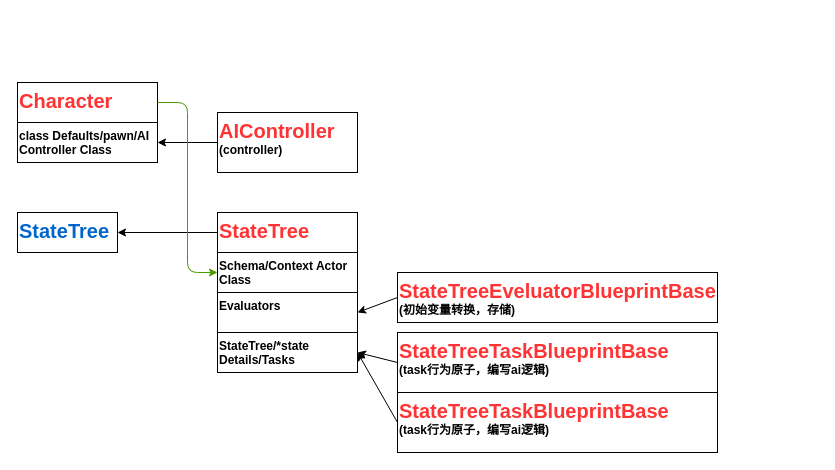
Above: page "StateTree" (1 of 2) of unreal/statetree.drawio in icekeg/gamedev (draw.io), before the change. Source tidied: cells renumbered, new cells numbered last; positions are measured from the earlier drawing's top-left corner, leaving out a move shared by most shapes. Both pictures are drawn from the tidied source at 100%, with x=0, y=0 at pixel (17, 82).
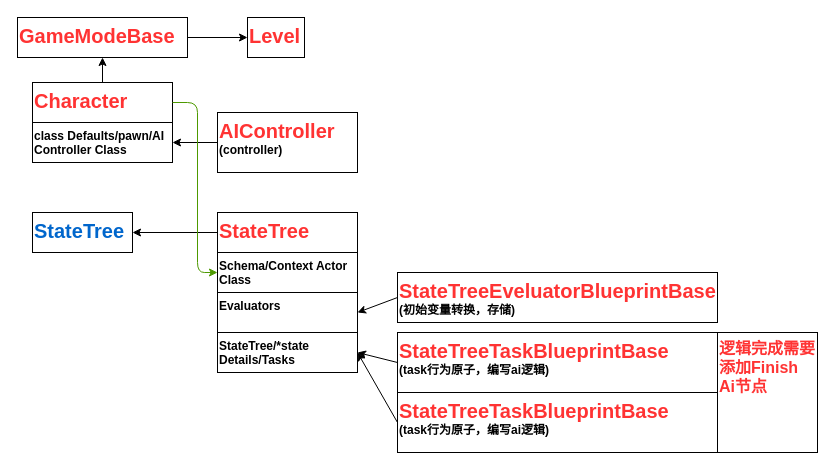
The same diagram, later.

Unchanged cells that the change refers to:
```xml
<mxCell id="8" value="&lt;b&gt;Schema/Context Actor Class&lt;/b&gt;&lt;b&gt;&lt;br&gt;&lt;/b&gt;" style="text;whiteSpace=wrap;html=1;strokeColor=#000000;" parent="1" vertex="1">
  <mxGeometry x="200" y="170" width="140" height="40" as="geometry" />
</mxCell>
```

Change to the diagram source:
```diff
@@
     <mxCell id="2" value="&lt;b&gt;&lt;span style=&quot;color: rgb(255 , 51 , 51) ; font-size: 20px&quot;&gt;Character&lt;/span&gt;&lt;br&gt;&lt;/b&gt;" style="text;whiteSpace=wrap;html=1;strokeColor=#000000;" parent="1" vertex="1">
-      <mxGeometry width="140" height="40" as="geometry" />
+      <mxGeometry x="15" width="140" height="40" as="geometry" />
     </mxCell>
@@
     <mxCell id="4" value="&lt;b&gt;&lt;span style=&quot;font-size: 20px;&quot;&gt;StateTree&lt;/span&gt;&lt;br&gt;&lt;/b&gt;" style="text;whiteSpace=wrap;html=1;strokeColor=#000000;fontColor=#0066CC;" parent="1" vertex="1">
-      <mxGeometry y="130" width="100" height="40" as="geometry" />
+      <mxGeometry x="15" y="130" width="100" height="40" as="geometry" />
     </mxCell>
@@
     <mxCell id="6" value="&lt;b&gt;class Defaults/pawn/AI Controller Class&lt;/b&gt;&lt;b&gt;&lt;br&gt;&lt;/b&gt;" style="text;whiteSpace=wrap;html=1;strokeColor=#000000;" parent="1" vertex="1">
-      <mxGeometry y="40" width="140" height="40" as="geometry" />
+      <mxGeometry x="15" y="40" width="140" height="40" as="geometry" />
     </mxCell>
@@
     <mxCell id="10" style="endArrow=classic;html=1;fontColor=#0066CC;exitX=1;exitY=0.5;exitDx=0;exitDy=0;entryX=0;entryY=0.5;entryDx=0;entryDy=0;strokeColor=#4D9900;" parent="1" edge="1" source="2" target="8">
       <mxGeometry relative="1" as="geometry">
         <Array as="points">
-          <mxPoint x="170" y="20" />
-          <mxPoint x="170" y="190" />
+          <mxPoint x="180" y="20" />
+          <mxPoint x="180" y="190" />
         </Array>
       </mxGeometry>
     </mxCell>
@@
+    <mxCell id="19" value="&lt;b style=&quot;font-size: 16px;&quot;&gt;&lt;font color=&quot;#ff3333&quot; style=&quot;font-size: 16px;&quot;&gt;&lt;span style=&quot;font-size: 16px;&quot;&gt;逻辑完成需要添加Finish Ai节点&lt;/span&gt;&lt;/font&gt;&lt;br style=&quot;font-size: 16px;&quot;&gt;&lt;/b&gt;" style="text;whiteSpace=wrap;html=1;strokeColor=#000000;fontSize=16;" parent="1" vertex="1">
+      <mxGeometry x="700" y="250" width="100" height="120" as="geometry" />
+    </mxCell>
+    <mxCell id="20" value="&lt;b&gt;&lt;span style=&quot;color: rgb(255 , 51 , 51) ; font-size: 20px&quot;&gt;GameModeBase&lt;/span&gt;&lt;br&gt;&lt;/b&gt;" style="text;whiteSpace=wrap;html=1;strokeColor=#000000;" parent="1" vertex="1">
+      <mxGeometry y="-65" width="170" height="40" as="geometry" />
+    </mxCell>
+    <mxCell id="21" value="&lt;b&gt;&lt;span style=&quot;color: rgb(255 , 51 , 51) ; font-size: 20px&quot;&gt;Level&lt;/span&gt;&lt;br&gt;&lt;/b&gt;" style="text;whiteSpace=wrap;html=1;strokeColor=#000000;" parent="1" vertex="1">
+      <mxGeometry x="230" y="-65" width="57" height="40" as="geometry" />
+    </mxCell>
+    <mxCell id="22" style="endArrow=classic;html=1;fontColor=#0066CC;exitX=1;exitY=0.5;exitDx=0;exitDy=0;entryX=0;entryY=0.5;entryDx=0;entryDy=0;" parent="1" edge="1" source="20" target="21">
+      <mxGeometry relative="1" as="geometry" />
+    </mxCell>
+    <mxCell id="23" style="endArrow=classic;html=1;fontColor=#0066CC;exitX=0.5;exitY=0;exitDx=0;exitDy=0;entryX=0.5;entryY=1;entryDx=0;entryDy=0;" parent="1" edge="1" source="2" target="20">
+      <mxGeometry relative="1" as="geometry" />
+    </mxCell>
```
